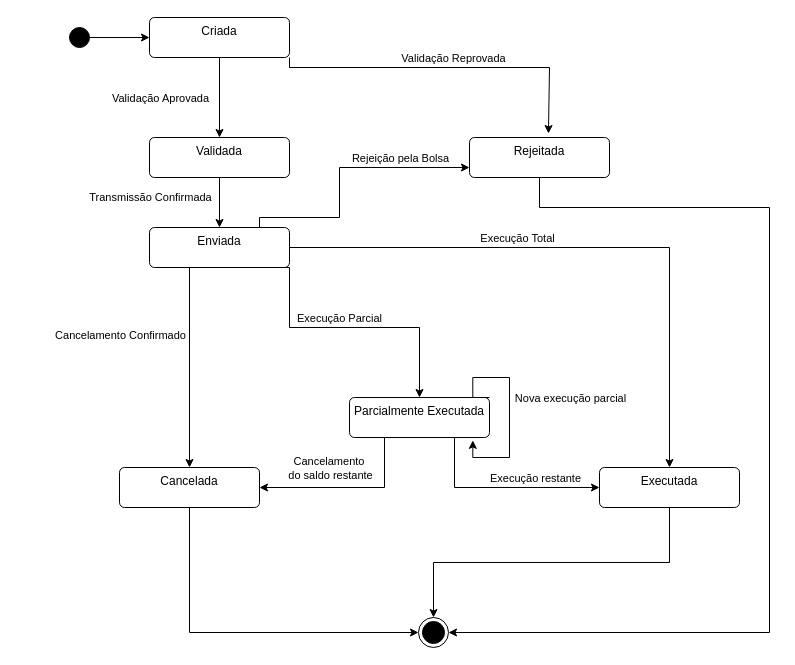
This is Gabriel-Franca-Vita-Enzo-Conte-Henrique-Nani-Cerqueira/Docs/Diagramas/drawio/UML-Estados-Ordem.drawio from gabrielfvita/projetosoftware-sentinel-trade, a draw.io file, before an edit. Source tidied: cells renumbered, new cells numbered last; positions are measured from the earlier drawing's top-left corner, leaving out a move shared by most shapes. Both pictures are drawn from the tidied source at 100%, with x=0, y=0 at pixel (69, 17).
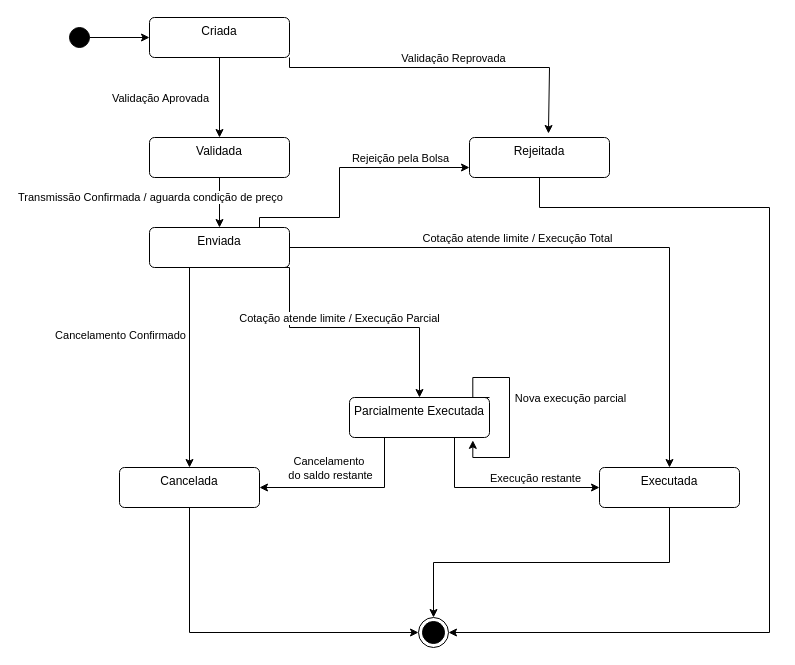
After the change.

Unchanged cells that the change refers to:
```xml
<mxCell id="9" style="edgeStyle=orthogonalEdgeStyle;rounded=0;jettySize=auto;html=1;exitX=0.5;exitY=1;exitDx=0;exitDy=0;entryX=0.5;entryY=0;entryDx=0;entryDy=0;defaultLabelBackgroundColor=page;" parent="1" edge="1" source="11" target="20">
  <mxGeometry relative="1" as="geometry" />
</mxCell>
<mxCell id="14" style="edgeStyle=orthogonalEdgeStyle;rounded=0;jettySize=auto;html=1;exitX=1;exitY=0.5;exitDx=0;exitDy=0;entryX=0.5;entryY=0;entryDx=0;entryDy=0;defaultLabelBackgroundColor=page;" parent="1" edge="1" source="20" target="22">
  <mxGeometry x="0.66" relative="1" as="geometry" />
</mxCell>
<mxCell id="28" style="edgeStyle=orthogonalEdgeStyle;rounded=0;jettySize=auto;html=1;exitX=0.75;exitY=1;exitDx=0;exitDy=0;entryX=0.5;entryY=0;entryDx=0;entryDy=0;defaultLabelBackgroundColor=page;" parent="1" edge="1" source="20" target="27">
  <mxGeometry x="-0.03" relative="1" as="geometry">
    <Array as="points">
      <mxPoint x="220" y="250" />
      <mxPoint x="220" y="310" />
      <mxPoint x="350" y="310" />
    </Array>
  </mxGeometry>
</mxCell>
```

What changed in the source:
```diff
@@
-    <mxCell id="10" value="Transmissão Confirmada" style="edgeLabel;html=1;align=center;verticalAlign=middle;inheritText=1;defaultLabelBackgroundColor=page;" parent="9" vertex="1">
+    <mxCell id="10" value="Transmissão Confirmada / aguarda condição de preço" style="edgeLabel;html=1;align=center;verticalAlign=middle;inheritText=1;defaultLabelBackgroundColor=page;" parent="9" vertex="1">
       <mxGeometry x="-0.23" relative="1" as="geometry">
         <mxPoint x="-70" as="offset" />
       </mxGeometry>
     </mxCell>
@@
-    <mxCell id="15" value="Execução Total" style="edgeLabel;html=1;align=center;verticalAlign=middle;inheritText=1;defaultLabelBackgroundColor=page;" parent="14" vertex="1">
+    <mxCell id="15" value="Cotação atende limite / Execução Total" style="edgeLabel;html=1;align=center;verticalAlign=middle;inheritText=1;defaultLabelBackgroundColor=page;" parent="14" vertex="1">
       <mxGeometry x="-0.3" y="1" relative="1" as="geometry">
         <mxPoint x="17" y="-9" as="offset" />
       </mxGeometry>
     </mxCell>
@@
-    <mxCell id="29" value="Execução Parcial" style="edgeLabel;html=1;align=center;verticalAlign=middle;inheritText=1;defaultLabelBackgroundColor=page;" parent="28" vertex="1">
+    <mxCell id="29" value="Cotação atende limite / Execução Parcial" style="edgeLabel;html=1;align=center;verticalAlign=middle;inheritText=1;defaultLabelBackgroundColor=page;" parent="28" vertex="1">
       <mxGeometry x="-0.17" y="1" relative="1" as="geometry">
         <mxPoint x="22" y="-9" as="offset" />
       </mxGeometry>
     </mxCell>
```
